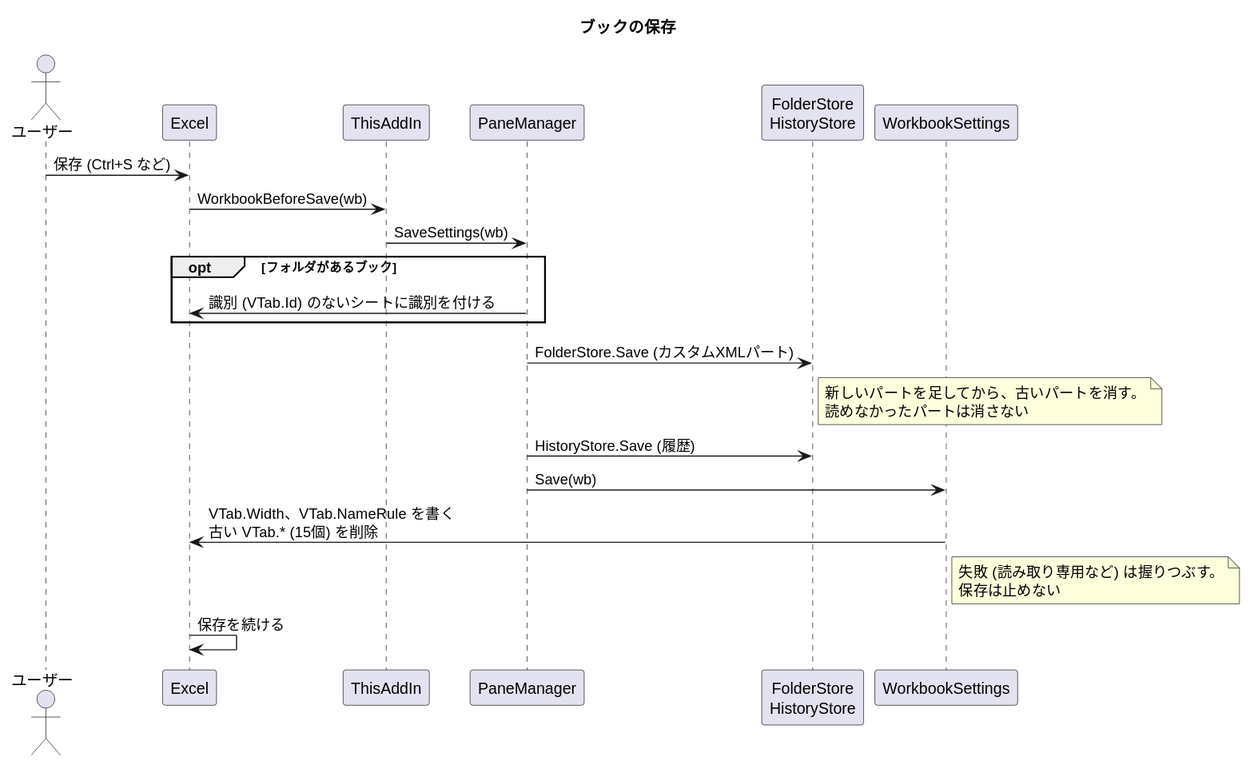
Above: docs/sequence-save.svg in nk-taka623/VerticalSheetTabs (PlantUML), before the change. Source of this version:
```plantuml
@startuml
title ブックの保存
skinparam shadowing false
skinparam sequenceMessageAlign left

actor "ユーザー" as U
participant "Excel" as XL
participant "ThisAddIn" as T
participant "PaneManager" as P
participant "FolderStore\nHistoryStore" as F
participant "WorkbookSettings" as W

U -> XL : 保存 (Ctrl+S など)
XL -> T : WorkbookBeforeSave(wb)
T -> P : SaveSettings(wb)
opt フォルダがあるブック
  P -> XL : 識別 (VTab.Id) のないシートに識別を付ける
end
P -> F : FolderStore.Save (カスタムXMLパート)
note right of F : 新しいパートを足してから、古いパートを消す。\n読めなかったパートは消さない
P -> F : HistoryStore.Save (履歴)
P -> W : Save(wb)
W -> XL : VTab.Width、VTab.NameRule を書く\n古い VTab.* (15個) を削除
note right of W : 失敗 (読み取り専用など) は握りつぶす。\n保存は止めない
XL -> XL : 保存を続ける
@enduml
```
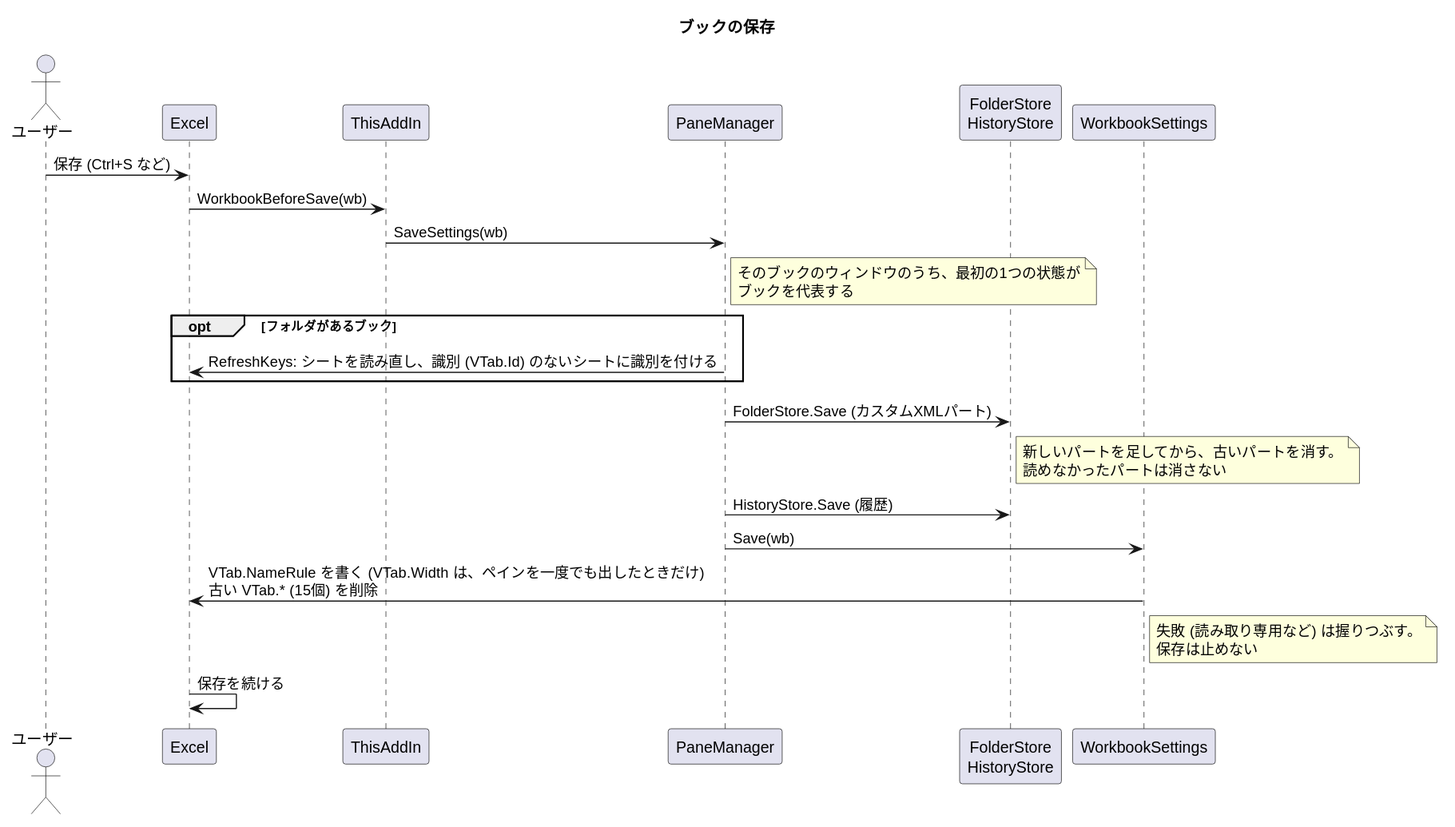
The same diagram one commit later.

The edit, as a diff of the source:
```diff
@@ -13,14 +13,15 @@
 U -> XL : 保存 (Ctrl+S など)
 XL -> T : WorkbookBeforeSave(wb)
 T -> P : SaveSettings(wb)
+note right of P : そのブックのウィンドウのうち、最初の1つの状態が\nブックを代表する
 opt フォルダがあるブック
-  P -> XL : 識別 (VTab.Id) のないシートに識別を付ける
+  P -> XL : RefreshKeys: シートを読み直し、識別 (VTab.Id) のないシートに識別を付ける
 end
 P -> F : FolderStore.Save (カスタムXMLパート)
 note right of F : 新しいパートを足してから、古いパートを消す。\n読めなかったパートは消さない
 P -> F : HistoryStore.Save (履歴)
 P -> W : Save(wb)
-W -> XL : VTab.Width、VTab.NameRule を書く\n古い VTab.* (15個) を削除
+W -> XL : VTab.NameRule を書く (VTab.Width は、ペインを一度でも出したときだけ)\n古い VTab.* (15個) を削除
 note right of W : 失敗 (読み取り専用など) は握りつぶす。\n保存は止めない
 XL -> XL : 保存を続ける
 @enduml
```
